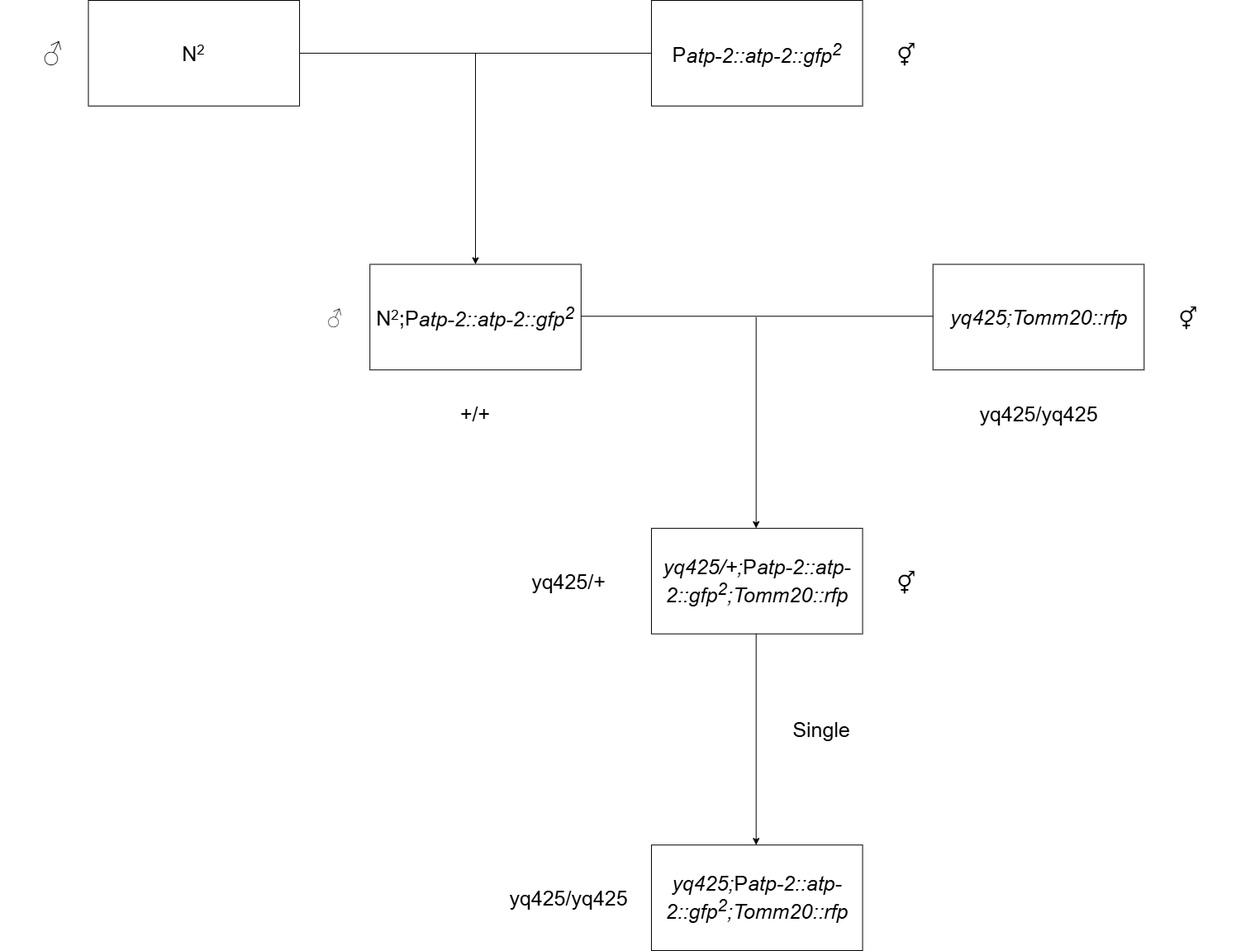
YangguangZhou/note keeps this draw.io diagram as docs/biology/note/cross-2.drawio.png. Above is the earlier version. Source tidied: cells renumbered, new cells last; positions are measured from the earlier drawing's top-left corner, leaving out a move shared by most shapes.
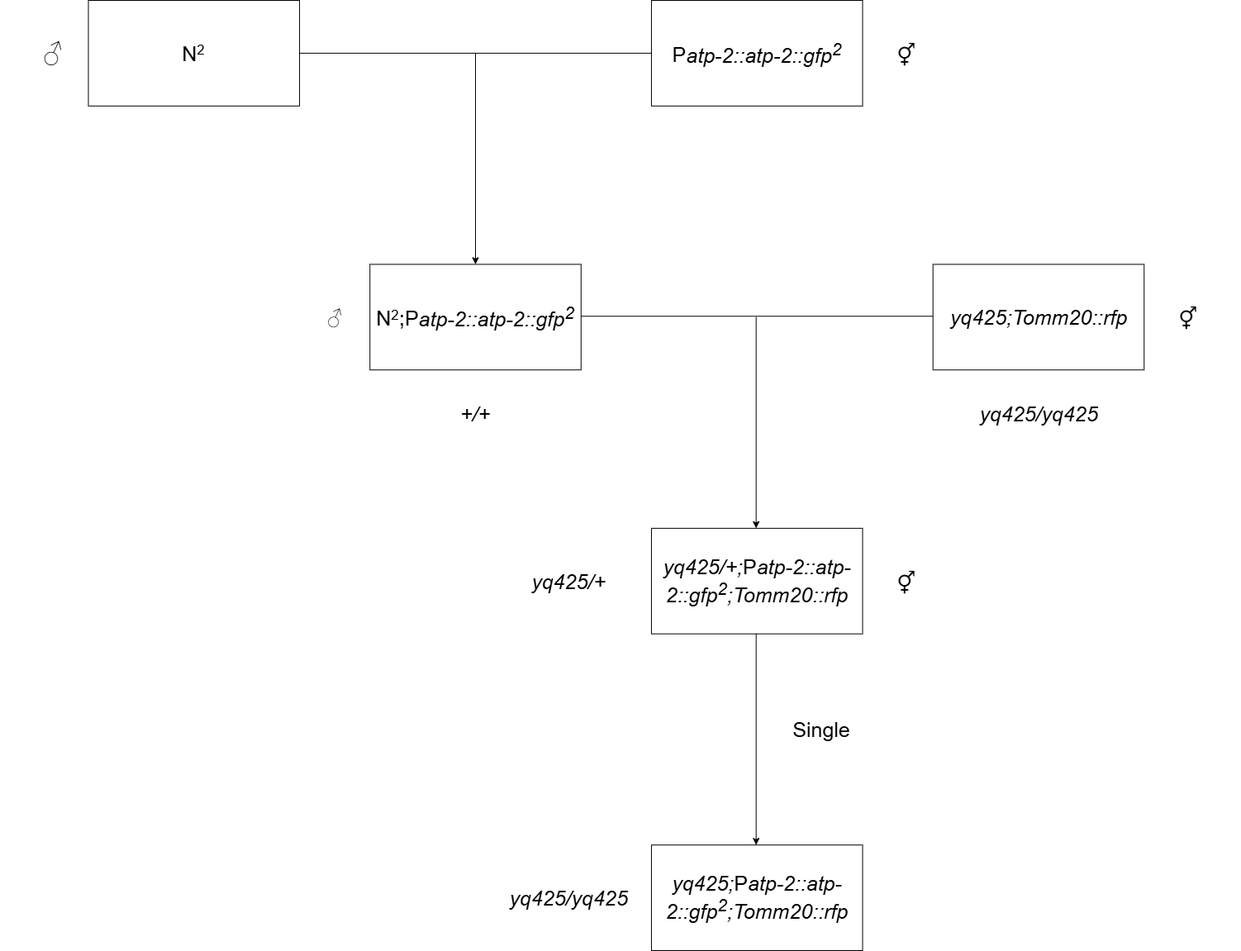
Later version of the same file.

Diff of the diagram source:
```diff
@@ -41,13 +41,13 @@
     <mxCell id="11" value="&lt;i&gt;yq425/+;&lt;/i&gt;P&lt;i&gt;atp-2::atp-2::gfp&lt;/i&gt;&lt;sup style=&quot;font-style: italic;&quot;&gt;2&lt;/sup&gt;&lt;i&gt;;&lt;/i&gt;&lt;span style=&quot;font-style: italic; background-color: initial;&quot;&gt;Tomm20::rfp&lt;/span&gt;" style="rounded=0;whiteSpace=wrap;strokeColor=#000000;fontSize=25;fontColor=#000000;fillColor=none;fontFamily=Helvetica;html=1;fontStyle=0;" parent="2" vertex="1">
       <mxGeometry x="788" y="638.9" width="255.6" height="127.8" as="geometry" />
     </mxCell>
-    <mxCell id="12" value="+/+" style="text;strokeColor=none;fillColor=none;align=center;verticalAlign=middle;whiteSpace=wrap;rounded=0;fontSize=25;fontColor=#000000;fontFamily=Helvetica;html=1;fontStyle=0;" parent="2" vertex="1">
+    <mxCell id="12" value="+/+" style="text;strokeColor=none;fillColor=none;align=center;verticalAlign=middle;whiteSpace=wrap;rounded=0;fontSize=25;fontColor=#000000;fontFamily=Helvetica;html=1;fontStyle=2;" parent="2" vertex="1">
       <mxGeometry x="511.1" y="468.5" width="127.8" height="63.9" as="geometry" />
     </mxCell>
-    <mxCell id="13" value="yq425/yq425" style="text;strokeColor=none;fillColor=none;align=center;verticalAlign=middle;whiteSpace=wrap;rounded=0;fontSize=25;fontColor=#000000;fontFamily=Helvetica;html=1;fontStyle=0;" parent="2" vertex="1">
+    <mxCell id="13" value="&lt;i&gt;yq425/yq425&lt;/i&gt;" style="text;strokeColor=none;fillColor=none;align=center;verticalAlign=middle;whiteSpace=wrap;rounded=0;fontSize=25;fontColor=#000000;fontFamily=Helvetica;html=1;fontStyle=0;" parent="2" vertex="1">
       <mxGeometry x="1192.6" y="468.5" width="127.8" height="63.9" as="geometry" />
     </mxCell>
-    <mxCell id="14" value="yq425/+" style="text;strokeColor=none;fillColor=none;align=center;verticalAlign=middle;whiteSpace=wrap;rounded=0;fontSize=25;fontColor=#000000;fontFamily=Helvetica;html=1;fontStyle=0;" parent="2" vertex="1">
+    <mxCell id="14" value="yq425/+" style="text;strokeColor=none;fillColor=none;align=center;verticalAlign=middle;whiteSpace=wrap;rounded=0;fontSize=25;fontColor=#000000;fontFamily=Helvetica;html=1;fontStyle=2;" parent="2" vertex="1">
       <mxGeometry x="624" y="670.8" width="127.8" height="63.9" as="geometry" />
     </mxCell>
     <mxCell id="15" style="endArrow=classic;fillColor=#f9f7ed;strokeColor=#000000;fontColor=#000000;fontSize=25;fontFamily=Helvetica;html=1;fontStyle=0;" parent="2" edge="1">
@@ -59,7 +59,7 @@
     <mxCell id="16" value="&lt;i&gt;yq425;&lt;/i&gt;P&lt;i&gt;atp-2::atp-2::gfp&lt;/i&gt;&lt;sup style=&quot;font-style: italic;&quot;&gt;2&lt;/sup&gt;&lt;i&gt;;&lt;/i&gt;&lt;span style=&quot;font-style: italic; background-color: initial;&quot;&gt;Tomm20::rfp&lt;/span&gt;" style="rounded=0;whiteSpace=wrap;strokeColor=#000000;fontSize=25;fontColor=#000000;fillColor=none;fontFamily=Helvetica;html=1;fontStyle=0;" parent="2" vertex="1">
       <mxGeometry x="788" y="1022.2" width="255.6" height="127.8" as="geometry" />
     </mxCell>
-    <mxCell id="17" value="yq425/yq&lt;span style=&quot;background-color: initial;&quot;&gt;425&lt;/span&gt;" style="text;strokeColor=none;fillColor=none;align=center;verticalAlign=middle;whiteSpace=wrap;rounded=0;fontSize=25;fontColor=#000000;fontFamily=Helvetica;html=1;fontStyle=0;" parent="2" vertex="1">
+    <mxCell id="17" value="yq425/yq&lt;span style=&quot;background-color: initial;&quot;&gt;425&lt;/span&gt;" style="text;strokeColor=none;fillColor=none;align=center;verticalAlign=middle;whiteSpace=wrap;rounded=0;fontSize=25;fontColor=#000000;fontFamily=Helvetica;html=1;fontStyle=2;" parent="2" vertex="1">
       <mxGeometry x="624" y="1054.2" width="127.8" height="63.9" as="geometry" />
     </mxCell>
     <mxCell id="18" value="♂" style="text;strokeColor=none;fillColor=none;align=center;verticalAlign=middle;whiteSpace=wrap;rounded=0;fontSize=32;fontColor=#000000;fontFamily=Helvetica;fontStyle=0;html=1;" parent="2" vertex="1">
```
